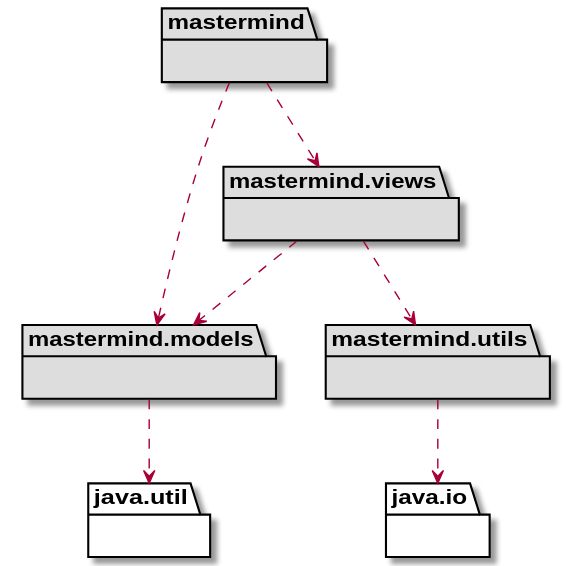
This is documentView/console/docs/diagrams/out/arquitectura/arquitectura.svg from SantaTecla-mastermind/solution.java.swing.socket.sql, a PlantUML export, as it was before one commit. The source it was exported from:
```plantuml
@startuml
package mastermind #DDDDDD { }
mastermind .down.> mastermind.views
mastermind .down.> mastermind.models

package mastermind.models #DDDDDD { }
package java.util{ }
mastermind.models .down.> java.util

package mastermind.utils #DDDDDD { }
package java.io{ }
mastermind.utils .down.> java.io

package mastermind.views #DDDDDD { }
mastermind.views .down.> mastermind.models
mastermind.views .down.> mastermind.utils
@enduml
```
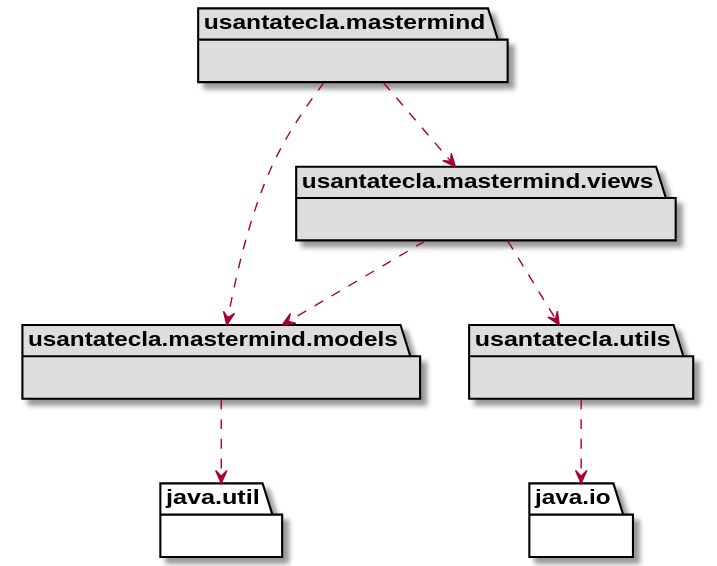
Above is the later version.

Diff of the diagram source:
```diff
@@ -1,17 +1,17 @@
 @startuml
-package mastermind #DDDDDD { }
-mastermind .down.> mastermind.views
-mastermind .down.> mastermind.models
+package usantatecla.mastermind #DDDDDD { }
+usantatecla.mastermind .down.> usantatecla.mastermind.views
+usantatecla.mastermind .down.> usantatecla.mastermind.models
 
-package mastermind.models #DDDDDD { }
+package usantatecla.mastermind.models #DDDDDD { }
 package java.util{ }
-mastermind.models .down.> java.util
+usantatecla.mastermind.models .down.> java.util
 
-package mastermind.utils #DDDDDD { }
+package usantatecla.utils #DDDDDD { }
 package java.io{ }
-mastermind.utils .down.> java.io
+usantatecla.utils .down.> java.io
 
-package mastermind.views #DDDDDD { }
-mastermind.views .down.> mastermind.models
-mastermind.views .down.> mastermind.utils
+package usantatecla.mastermind.views #DDDDDD { }
+usantatecla.mastermind.views .down.> usantatecla.mastermind.models
+usantatecla.mastermind.views .down.> usantatecla.utils
 @enduml
```
